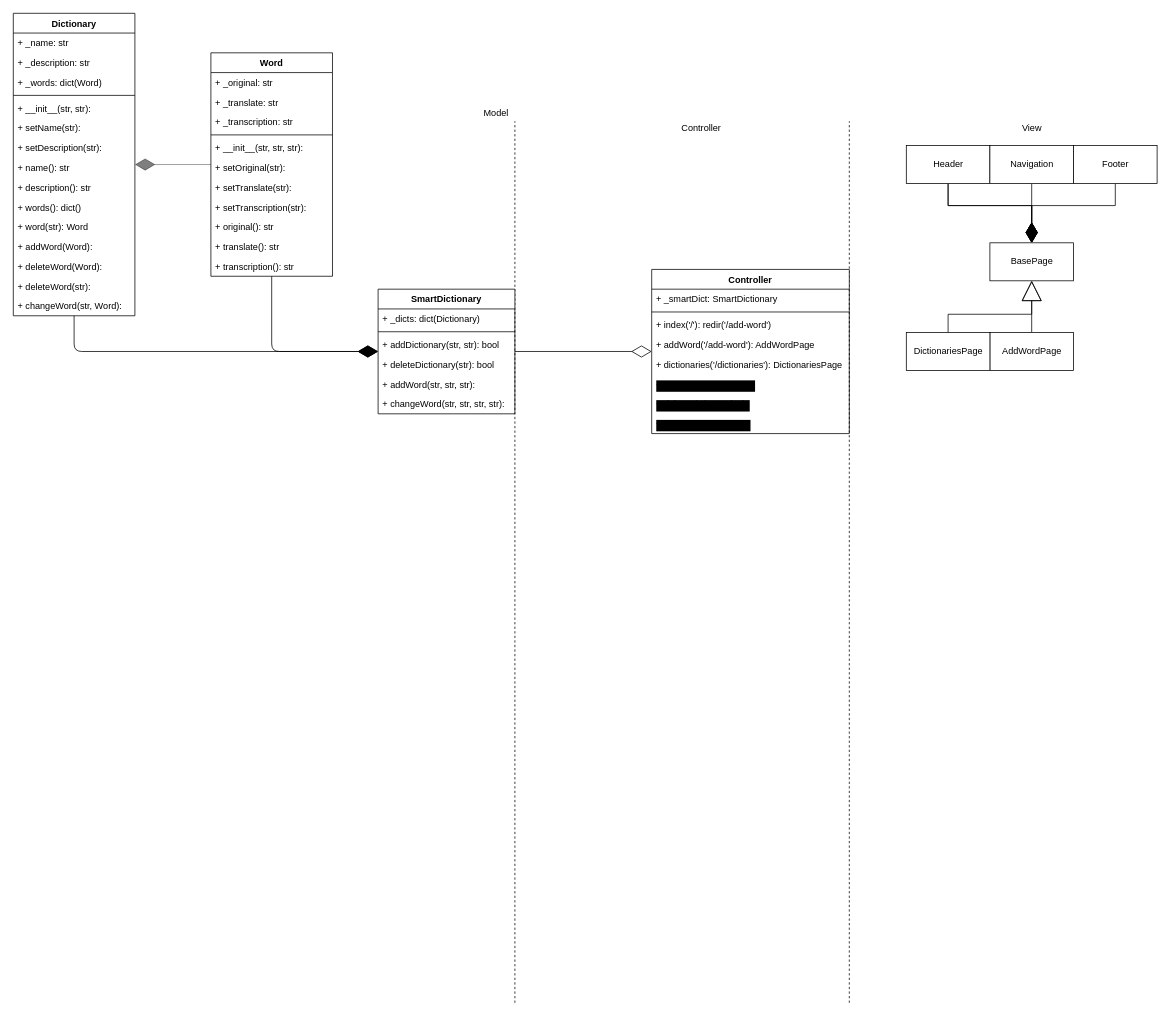
Earlier version of the draw.io diagram page "classes" (5 of 5) of schemes/scheme.drawio (vikk777/Smart-Dictionary). Source tidied: cells renumbered, new cells numbered last; positions are measured from the earlier drawing's top-left corner, leaving out a move shared by most shapes. Both pictures are drawn from the tidied source at 76%, with x=0, y=0 at pixel (13, 13).
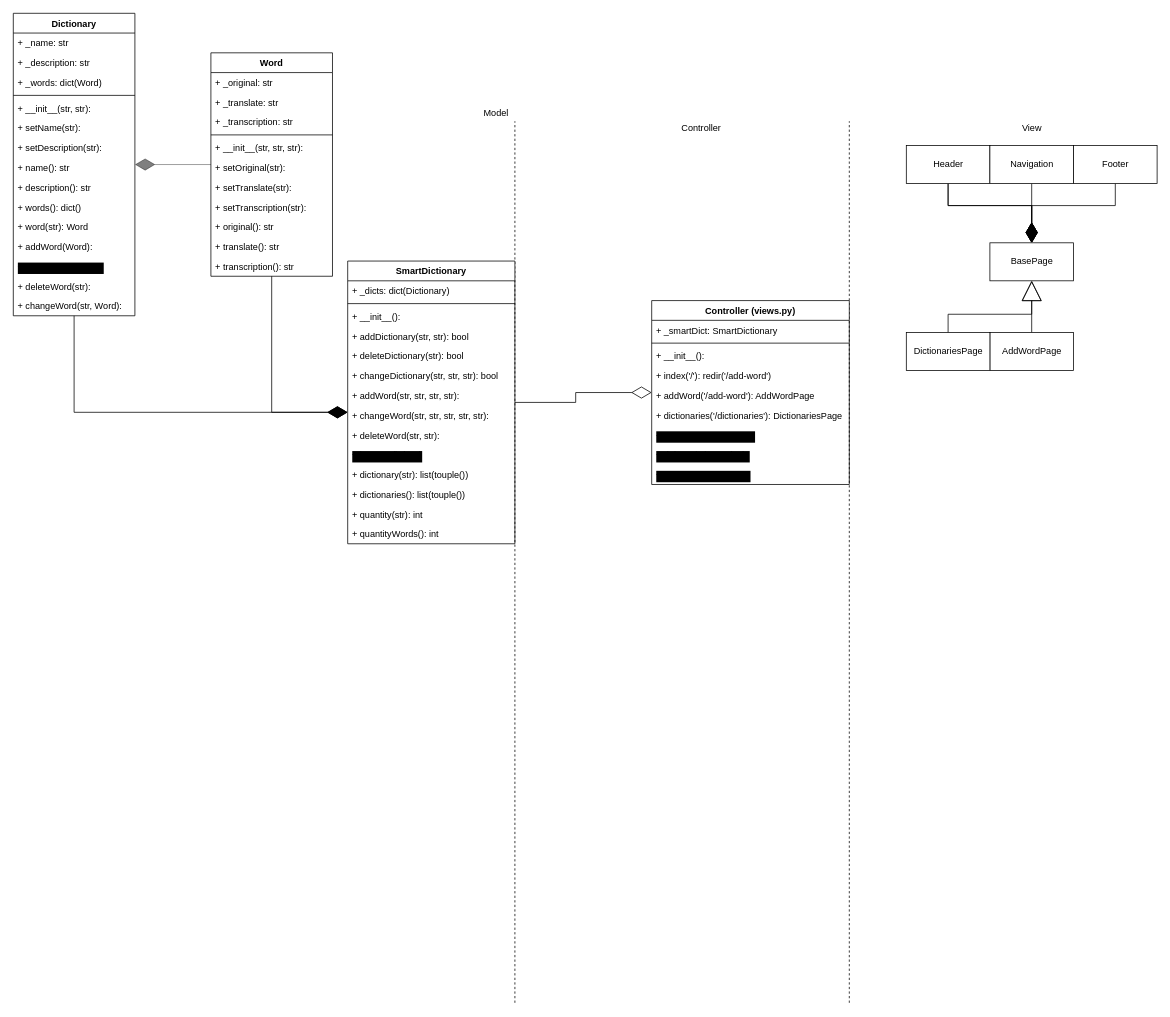
The same page after the edit.

Unchanged cells that the change refers to:
```xml
<mxCell id="23" value="Word" style="swimlane;fontStyle=1;align=center;verticalAlign=top;horizontal=1;startSize=26;" parent="1" vertex="1">
  <mxGeometry x="260" y="52" width="160" height="294" as="geometry" />
</mxCell>
<mxCell id="35" value="Dictionary" style="swimlane;fontStyle=1;align=center;verticalAlign=top;horizontal=1;startSize=26;" parent="1" vertex="1">
  <mxGeometry width="160" height="398" as="geometry" />
</mxCell>
```

What changed in the source:
```diff
@@
-    <mxCell id="7" value="Controller" style="swimlane;fontStyle=1;align=center;verticalAlign=top;horizontal=1;startSize=26;" parent="1" vertex="1">
-      <mxGeometry x="840" y="337" width="260" height="216" as="geometry" />
+    <mxCell id="7" value="Controller (views.py)" style="swimlane;fontStyle=1;align=center;verticalAlign=top;horizontal=1;startSize=26;" parent="1" vertex="1">
+      <mxGeometry x="840" y="378" width="260" height="242" as="geometry" />
     </mxCell>
@@
+    <mxCell id="67" value="+ __init__():" style="text;strokeColor=none;fillColor=none;align=left;verticalAlign=top;spacingLeft=4;spacingRight=4;overflow=hidden;" parent="7" vertex="1">
+      <mxGeometry y="60" width="260" height="26" as="geometry" />
+    </mxCell>
     <mxCell id="10" value="+ index('/'): redir('/add-word')" style="text;strokeColor=none;fillColor=none;align=left;verticalAlign=top;spacingLeft=4;spacingRight=4;overflow=hidden;" parent="7" vertex="1">
-      <mxGeometry y="60" width="260" height="26" as="geometry" />
+      <mxGeometry y="86" width="260" height="26" as="geometry" />
     </mxCell>
     <mxCell id="11" value="+ addWord('/add-word'): AddWordPage" style="text;strokeColor=none;fillColor=none;align=left;verticalAlign=top;spacingLeft=4;spacingRight=4;overflow=hidden;" parent="7" vertex="1">
-      <mxGeometry y="86" width="260" height="26" as="geometry" />
+      <mxGeometry y="112" width="260" height="26" as="geometry" />
     </mxCell>
     <mxCell id="12" value="+ dictionaries('/dictionaries'): DictionariesPage" style="text;strokeColor=none;fillColor=none;align=left;verticalAlign=top;spacingLeft=4;spacingRight=4;overflow=hidden;" parent="7" vertex="1">
-      <mxGeometry y="112" width="260" height="26" as="geometry" />
+      <mxGeometry y="138" width="260" height="26" as="geometry" />
     </mxCell>
     <mxCell id="13" value="+ addDictionary(str, str):" style="text;strokeColor=none;fillColor=none;align=left;verticalAlign=top;spacingLeft=4;spacingRight=4;overflow=hidden;labelBackgroundColor=#000000;" parent="7" vertex="1">
-      <mxGeometry y="138" width="260" height="26" as="geometry" />
+      <mxGeometry y="164" width="260" height="26" as="geometry" />
     </mxCell>
     <mxCell id="14" value="+ deleteDictionary(str):" style="text;strokeColor=none;fillColor=none;align=left;verticalAlign=top;spacingLeft=4;spacingRight=4;overflow=hidden;labelBackgroundColor=#000000;" parent="7" vertex="1">
-      <mxGeometry y="164" width="260" height="26" as="geometry" />
+      <mxGeometry y="190" width="260" height="26" as="geometry" />
     </mxCell>
     <mxCell id="15" value="+ addWord(str, str, str):" style="text;strokeColor=none;fillColor=none;align=left;verticalAlign=top;spacingLeft=4;spacingRight=4;overflow=hidden;labelBackgroundColor=#000000;" parent="7" vertex="1">
-      <mxGeometry y="190" width="260" height="26" as="geometry" />
+      <mxGeometry y="216" width="260" height="26" as="geometry" />
     </mxCell>
+    <mxCell id="52" style="edgeStyle=orthogonalEdgeStyle;rounded=0;jettySize=auto;html=1;endArrow=diamondThin;endFill=0;endSize=24;strokeWidth=1;" parent="1" edge="1" source="16" target="7">
+      <mxGeometry relative="1" as="geometry" />
+    </mxCell>
     <mxCell id="16" value="SmartDictionary" style="swimlane;fontStyle=1;align=center;verticalAlign=top;horizontal=1;startSize=26;" parent="1" vertex="1">
-      <mxGeometry x="480" y="363" width="180" height="164" as="geometry" />
+      <mxGeometry x="440" y="326" width="220" height="372" as="geometry" />
     </mxCell>
     <mxCell id="17" value="+ _dicts: dict(Dictionary)" style="text;strokeColor=none;fillColor=none;align=left;verticalAlign=top;spacingLeft=4;spacingRight=4;overflow=hidden;" parent="16" vertex="1">
-      <mxGeometry y="26" width="180" height="26" as="geometry" />
+      <mxGeometry y="26" width="220" height="26" as="geometry" />
     </mxCell>
     <mxCell id="18" style="line;strokeWidth=1;fillColor=none;align=left;verticalAlign=middle;spacingTop=-1;spacingLeft=3;spacingRight=3;labelPosition=right;" parent="16" vertex="1">
-      <mxGeometry y="52" width="180" height="8" as="geometry" />
+      <mxGeometry y="52" width="220" height="8" as="geometry" />
     </mxCell>
+    <mxCell id="68" value="+ __init__():" style="text;strokeColor=none;fillColor=none;align=left;verticalAlign=top;spacingLeft=4;spacingRight=4;overflow=hidden;" parent="16" vertex="1">
+      <mxGeometry y="60" width="220" height="26" as="geometry" />
+    </mxCell>
     <mxCell id="19" value="+ addDictionary(str, str): bool" style="text;strokeColor=none;fillColor=none;align=left;verticalAlign=top;spacingLeft=4;spacingRight=4;overflow=hidden;" parent="16" vertex="1">
-      <mxGeometry y="60" width="180" height="26" as="geometry" />
+      <mxGeometry y="86" width="220" height="26" as="geometry" />
     </mxCell>
     <mxCell id="20" value="+ deleteDictionary(str): bool" style="text;strokeColor=none;fillColor=none;align=left;verticalAlign=top;spacingLeft=4;spacingRight=4;overflow=hidden;" parent="16" vertex="1">
-      <mxGeometry y="86" width="180" height="26" as="geometry" />
+      <mxGeometry y="112" width="220" height="26" as="geometry" />
     </mxCell>
+    <mxCell id="69" value="+ changeDictionary(str, str, str): bool" style="text;strokeColor=none;fillColor=none;align=left;verticalAlign=top;spacingLeft=4;spacingRight=4;overflow=hidden;" parent="16" vertex="1">
+      <mxGeometry y="138" width="220" height="26" as="geometry" />
+    </mxCell>
-    <mxCell id="21" value="+ addWord(str, str, str):" style="text;strokeColor=none;fillColor=none;align=left;verticalAlign=top;spacingLeft=4;spacingRight=4;overflow=hidden;" parent="16" vertex="1">
-      <mxGeometry y="112" width="180" height="26" as="geometry" />
+    <mxCell id="21" value="+ addWord(str, str, str, str):" style="text;strokeColor=none;fillColor=none;align=left;verticalAlign=top;spacingLeft=4;spacingRight=4;overflow=hidden;" parent="16" vertex="1">
+      <mxGeometry y="164" width="220" height="26" as="geometry" />
     </mxCell>
-    <mxCell id="22" value="+ changeWord(str, str, str, str):" style="text;strokeColor=none;fillColor=none;align=left;verticalAlign=top;spacingLeft=4;spacingRight=4;overflow=hidden;" parent="16" vertex="1">
-      <mxGeometry y="138" width="180" height="26" as="geometry" />
+    <mxCell id="22" value="+ changeWord(str, str, str, str, str):" style="text;strokeColor=none;fillColor=none;align=left;verticalAlign=top;spacingLeft=4;spacingRight=4;overflow=hidden;" parent="16" vertex="1">
+      <mxGeometry y="190" width="220" height="26" as="geometry" />
     </mxCell>
+    <mxCell id="70" value="+ deleteWord(str, str):" style="text;strokeColor=none;fillColor=none;align=left;verticalAlign=top;spacingLeft=4;spacingRight=4;overflow=hidden;" parent="16" vertex="1">
+      <mxGeometry y="216" width="220" height="26" as="geometry" />
+    </mxCell>
+    <mxCell id="71" value="+ isEmpty(): bool" style="text;strokeColor=none;fillColor=none;align=left;verticalAlign=top;spacingLeft=4;spacingRight=4;overflow=hidden;labelBackgroundColor=#000000;" parent="16" vertex="1">
+      <mxGeometry y="242" width="220" height="26" as="geometry" />
+    </mxCell>
+    <mxCell id="72" value="+ dictionary(str): list(touple())" style="text;strokeColor=none;fillColor=none;align=left;verticalAlign=top;spacingLeft=4;spacingRight=4;overflow=hidden;" parent="16" vertex="1">
+      <mxGeometry y="268" width="220" height="26" as="geometry" />
+    </mxCell>
+    <mxCell id="73" value="+ dictionaries(): list(touple())" style="text;strokeColor=none;fillColor=none;align=left;verticalAlign=top;spacingLeft=4;spacingRight=4;overflow=hidden;" parent="16" vertex="1">
+      <mxGeometry y="294" width="220" height="26" as="geometry" />
+    </mxCell>
+    <mxCell id="74" value="+ quantity(str): int" style="text;strokeColor=none;fillColor=none;align=left;verticalAlign=top;spacingLeft=4;spacingRight=4;overflow=hidden;" parent="16" vertex="1">
+      <mxGeometry y="320" width="220" height="26" as="geometry" />
+    </mxCell>
+    <mxCell id="75" value="+ quantityWords(): int" style="text;strokeColor=none;fillColor=none;align=left;verticalAlign=top;spacingLeft=4;spacingRight=4;overflow=hidden;" parent="16" vertex="1">
+      <mxGeometry y="346" width="220" height="26" as="geometry" />
+    </mxCell>
+    <mxCell id="53" style="edgeStyle=orthogonalEdgeStyle;rounded=0;jettySize=auto;html=1;endArrow=diamondThin;endFill=1;endSize=24;strokeWidth=1;" parent="1" edge="1" source="23" target="16">
+      <mxGeometry relative="1" as="geometry">
+        <Array as="points">
+          <mxPoint x="340" y="525" />
+        </Array>
+      </mxGeometry>
+    </mxCell>
@@
+    <mxCell id="54" style="edgeStyle=orthogonalEdgeStyle;rounded=0;jettySize=auto;html=1;endArrow=diamondThin;endFill=1;endSize=24;strokeWidth=1;" parent="1" edge="1" source="35" target="16">
+      <mxGeometry relative="1" as="geometry">
+        <Array as="points">
+          <mxPoint x="80" y="525" />
+        </Array>
+      </mxGeometry>
+    </mxCell>
@@
-    <mxCell id="48" value="+ deleteWord(Word):" style="text;strokeColor=none;fillColor=none;align=left;verticalAlign=top;spacingLeft=4;spacingRight=4;overflow=hidden;" parent="35" vertex="1">
+    <mxCell id="48" value="+ deleteWord(Word):" style="text;strokeColor=none;fillColor=none;align=left;verticalAlign=top;spacingLeft=4;spacingRight=4;overflow=hidden;labelBackgroundColor=#000000;" parent="35" vertex="1">
       <mxGeometry y="320" width="160" height="26" as="geometry" />
     </mxCell>
@@
-    <mxCell id="52" style="endArrow=diamondThin;endFill=0;endSize=24;html=1;" parent="1" edge="1" source="16" target="7">
-      <mxGeometry relative="1" as="geometry" />
-    </mxCell>
-    <mxCell id="53" style="endArrow=diamondThin;endFill=1;endSize=24;html=1;" parent="1" edge="1" source="23" target="16">
-      <mxGeometry relative="1" as="geometry">
-        <Array as="points">
-          <mxPoint x="340" y="445" />
-        </Array>
-      </mxGeometry>
-    </mxCell>
-    <mxCell id="54" style="endArrow=diamondThin;endFill=1;endSize=24;html=1;" parent="1" edge="1" source="35" target="16">
-      <mxGeometry relative="1" as="geometry">
-        <Array as="points">
-          <mxPoint x="80" y="445" />
-        </Array>
-      </mxGeometry>
-    </mxCell>
```
